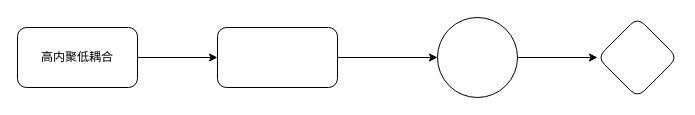
Above: 未命名绘图.drawio in Chaggai7/demo (draw.io), before the change. Source tidied: cells renumbered, new cells numbered last; positions are measured from the earlier drawing's top-left corner, leaving out a move shared by most shapes. Both pictures are drawn from the tidied source at 100%, with x=0, y=0 at pixel (17, 17).
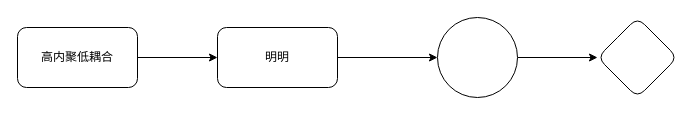
After the change.

Commit message (it also covers changes not shown here):
更新未命名绘图.drawio

The edit, as a diff of the source:
```diff
@@
 <mxGraphModel>
   <root>
     <mxCell id="0" />
     <mxCell id="1" parent="0" />
     <mxCell id="2" style="edgeStyle=orthogonalEdgeStyle;rounded=0;jettySize=auto;html=1;" parent="1" edge="1" source="3" target="5">
       <mxGeometry relative="1" as="geometry" />
     </mxCell>
     <mxCell id="3" value="高内聚低耦合" style="rounded=1;whiteSpace=wrap;html=1;" parent="1" vertex="1">
       <mxGeometry y="10" width="120" height="60" as="geometry" />
     </mxCell>
     <mxCell id="4" style="edgeStyle=orthogonalEdgeStyle;rounded=0;jettySize=auto;html=1;" parent="1" edge="1" source="5" target="7">
       <mxGeometry relative="1" as="geometry" />
     </mxCell>
-    <mxCell id="5" style="whiteSpace=wrap;html=1;rounded=1;" parent="1" vertex="1">
+    <mxCell id="5" value="明明" style="whiteSpace=wrap;html=1;rounded=1;" parent="1" vertex="1">
       <mxGeometry x="200" y="10" width="120" height="60" as="geometry" />
     </mxCell>
     <mxCell id="6" style="edgeStyle=orthogonalEdgeStyle;rounded=0;jettySize=auto;html=1;" parent="1" edge="1" source="7" target="8">
       <mxGeometry relative="1" as="geometry" />
     </mxCell>
     <mxCell id="7" style="ellipse;whiteSpace=wrap;html=1;rounded=1;" parent="1" vertex="1">
       <mxGeometry x="420" width="80" height="80" as="geometry" />
     </mxCell>
     <mxCell id="8" style="rhombus;whiteSpace=wrap;html=1;rounded=1;" parent="1" vertex="1">
       <mxGeometry x="580" width="80" height="80" as="geometry" />
     </mxCell>
   </root>
 </mxGraphModel>
```
